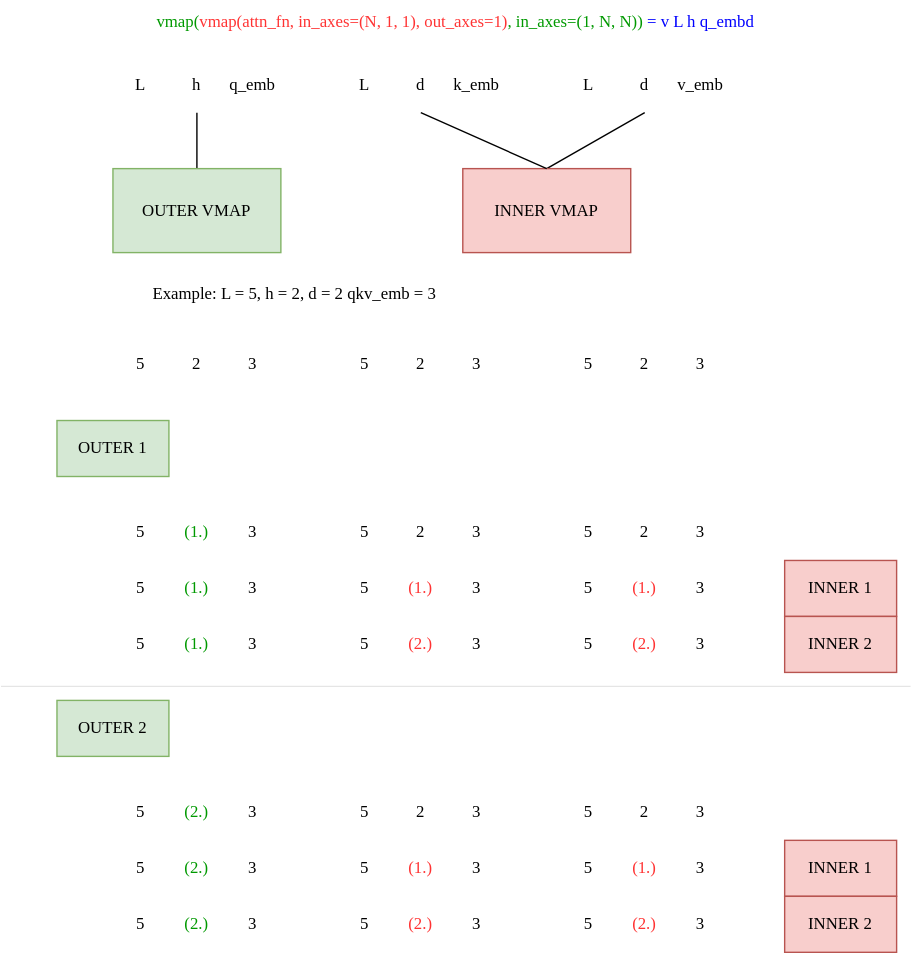
This is static/posts/multihead-attention/MKVANew.drawio.svg from Artur-Galstyan/jitx.io, a draw.io export, as it was before one commit. Source tidied: cells renumbered, new cells last; positions are measured from the earlier drawing's top-left corner, leaving out a move shared by most shapes.
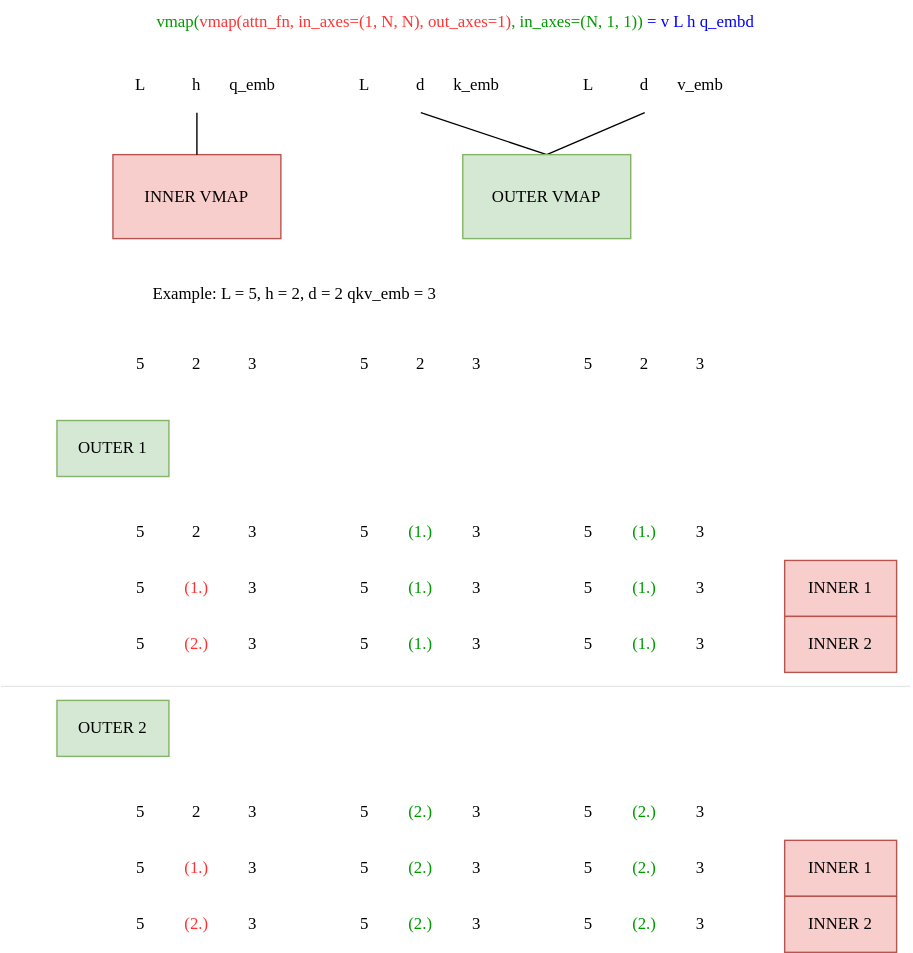
The same diagram one commit later.

What changed in the source:
```diff
@@ -4,3 +4,3 @@
     <mxCell id="1" parent="0" />
-    <mxCell id="2" style="endArrow=none;html=1;rounded=0;entryX=0.5;entryY=1;entryDx=0;entryDy=0;exitX=0.5;exitY=0;exitDx=0;exitDy=0;" parent="1" edge="1" source="15" target="10">
+    <mxCell id="2" style="endArrow=none;html=1;rounded=0;entryX=0.5;entryY=1;entryDx=0;entryDy=0;exitX=0.5;exitY=0;exitDx=0;exitDy=0;" parent="1" edge="1" source="13" target="10">
       <mxGeometry relative="1" as="geometry" />
@@ -34,3 +34,3 @@
     </mxCell>
-    <mxCell id="12" style="endArrow=none;html=1;rounded=0;entryX=0.5;entryY=1;entryDx=0;entryDy=0;exitX=0.5;exitY=0;exitDx=0;exitDy=0;" parent="1" edge="1" source="13" target="4">
+    <mxCell id="12" style="endArrow=none;html=1;rounded=0;entryX=0.5;entryY=1;entryDx=0;entryDy=0;exitX=0.5;exitY=0;exitDx=0;exitDy=0;" parent="1" edge="1" source="13" target="7">
       <mxGeometry relative="1" as="geometry" />
@@ -38,5 +38,5 @@
     <mxCell id="13" value="&lt;font face=&quot;Fira Code&quot;&gt;OUTER VMAP&lt;/font&gt;" style="rounded=0;whiteSpace=wrap;html=1;fillColor=#d5e8d4;strokeColor=#82b366;" parent="1" vertex="1">
-      <mxGeometry x="80" y="120" width="120" height="60" as="geometry" />
+      <mxGeometry x="330" y="110" width="120" height="60" as="geometry" />
     </mxCell>
-    <mxCell id="14" value="&lt;font color=&quot;#009900&quot;&gt;vmap(&lt;/font&gt;&lt;font color=&quot;#ff3333&quot;&gt;vmap(attn_fn, in_axes=(N, 1, 1), out_axes=1)&lt;/font&gt;&lt;font color=&quot;#009900&quot;&gt;, in_axes=(1, N, N))&lt;/font&gt;&lt;font color=&quot;#0000ff&quot;&gt; = v L h q_embd&lt;/font&gt;" style="text;html=1;strokeColor=none;fillColor=none;align=center;verticalAlign=middle;whiteSpace=wrap;rounded=0;fontFamily=Fira Code;" parent="1" vertex="1">
+    <mxCell id="14" value="&lt;font color=&quot;#009900&quot;&gt;vmap(&lt;/font&gt;&lt;font color=&quot;#ff3333&quot;&gt;vmap(attn_fn, in_axes=(1, N, N), out_axes=1)&lt;/font&gt;&lt;font color=&quot;#009900&quot;&gt;, in_axes=(N, 1, 1))&lt;/font&gt;&lt;font color=&quot;#0000ff&quot;&gt; = v L h q_embd&lt;/font&gt;" style="text;html=1;strokeColor=none;fillColor=none;align=center;verticalAlign=middle;whiteSpace=wrap;rounded=0;fontFamily=Fira Code;" parent="1" vertex="1">
       <mxGeometry x="10" width="630" height="30" as="geometry" />
@@ -44,5 +44,5 @@
     <mxCell id="15" value="&lt;font face=&quot;Fira Code&quot;&gt;INNER VMAP&lt;/font&gt;" style="rounded=0;whiteSpace=wrap;html=1;fillColor=#f8cecc;strokeColor=#b85450;" parent="1" vertex="1">
-      <mxGeometry x="330" y="120" width="120" height="60" as="geometry" />
+      <mxGeometry x="80" y="110" width="120" height="60" as="geometry" />
     </mxCell>
-    <mxCell id="16" style="endArrow=none;html=1;rounded=0;exitX=0.5;exitY=0;exitDx=0;exitDy=0;entryX=0.5;entryY=1;entryDx=0;entryDy=0;" parent="1" edge="1" source="15" target="7">
+    <mxCell id="16" style="endArrow=none;html=1;rounded=0;exitX=0.5;exitY=0;exitDx=0;exitDy=0;entryX=0.5;entryY=1;entryDx=0;entryDy=0;" parent="1" edge="1" source="15" target="4">
       <mxGeometry relative="1" as="geometry" />
@@ -82,3 +82,3 @@
     </mxCell>
-    <mxCell id="28" value="&lt;font color=&quot;#009900&quot;&gt;(1.)&lt;/font&gt;" style="text;html=1;strokeColor=none;fillColor=none;align=center;verticalAlign=middle;whiteSpace=wrap;rounded=0;fontFamily=Fira Code;" parent="1" vertex="1">
+    <mxCell id="28" value="&lt;font&gt;2&lt;/font&gt;" style="text;html=1;strokeColor=none;fillColor=none;align=center;verticalAlign=middle;whiteSpace=wrap;rounded=0;fontFamily=Fira Code;fontColor=#000000;" parent="1" vertex="1">
       <mxGeometry x="120" y="360" width="40" height="40" as="geometry" />
@@ -88,20 +88,2 @@
     </mxCell>
-    <mxCell id="30" value="5" style="text;html=1;strokeColor=none;fillColor=none;align=center;verticalAlign=middle;whiteSpace=wrap;rounded=0;fontFamily=Fira Code;" parent="1" vertex="1">
-      <mxGeometry x="240" y="360" width="40" height="40" as="geometry" />
-    </mxCell>
-    <mxCell id="31" value="2" style="text;html=1;strokeColor=none;fillColor=none;align=center;verticalAlign=middle;whiteSpace=wrap;rounded=0;fontFamily=Fira Code;" parent="1" vertex="1">
-      <mxGeometry x="280" y="360" width="40" height="40" as="geometry" />
-    </mxCell>
-    <mxCell id="32" value="3" style="text;html=1;strokeColor=none;fillColor=none;align=center;verticalAlign=middle;whiteSpace=wrap;rounded=0;fontFamily=Fira Code;" parent="1" vertex="1">
-      <mxGeometry x="320" y="360" width="40" height="40" as="geometry" />
-    </mxCell>
-    <mxCell id="33" value="5" style="text;html=1;strokeColor=none;fillColor=none;align=center;verticalAlign=middle;whiteSpace=wrap;rounded=0;fontFamily=Fira Code;" parent="1" vertex="1">
-      <mxGeometry x="400" y="360" width="40" height="40" as="geometry" />
-    </mxCell>
-    <mxCell id="34" value="2" style="text;html=1;strokeColor=none;fillColor=none;align=center;verticalAlign=middle;whiteSpace=wrap;rounded=0;fontFamily=Fira Code;" parent="1" vertex="1">
-      <mxGeometry x="440" y="360" width="40" height="40" as="geometry" />
-    </mxCell>
-    <mxCell id="35" value="3" style="text;html=1;strokeColor=none;fillColor=none;align=center;verticalAlign=middle;whiteSpace=wrap;rounded=0;fontFamily=Fira Code;" parent="1" vertex="1">
-      <mxGeometry x="480" y="360" width="40" height="40" as="geometry" />
-    </mxCell>
     <mxCell id="36" value="5" style="text;html=1;strokeColor=none;fillColor=none;align=center;verticalAlign=middle;whiteSpace=wrap;rounded=0;fontFamily=Fira Code;" parent="1" vertex="1">
@@ -112,3 +94,3 @@
     </mxCell>
-    <mxCell id="38" value="&lt;font color=&quot;#009900&quot;&gt;(1.)&lt;/font&gt;" style="text;html=1;strokeColor=none;fillColor=none;align=center;verticalAlign=middle;whiteSpace=wrap;rounded=0;fontFamily=Fira Code;" parent="1" vertex="1">
+    <mxCell id="38" value="&lt;font&gt;(1.)&lt;/font&gt;" style="text;html=1;strokeColor=none;fillColor=none;align=center;verticalAlign=middle;whiteSpace=wrap;rounded=0;fontFamily=Fira Code;fontColor=#FF3333;" parent="1" vertex="1">
       <mxGeometry x="120" y="400" width="40" height="40" as="geometry" />
@@ -118,17 +100,2 @@
     </mxCell>
-    <mxCell id="40" value="5" style="text;html=1;strokeColor=none;fillColor=none;align=center;verticalAlign=middle;whiteSpace=wrap;rounded=0;fontFamily=Fira Code;" parent="1" vertex="1">
-      <mxGeometry x="240" y="400" width="40" height="40" as="geometry" />
-    </mxCell>
-    <mxCell id="41" value="&lt;font color=&quot;#ff3333&quot;&gt;(1.)&lt;/font&gt;" style="text;html=1;strokeColor=none;fillColor=none;align=center;verticalAlign=middle;whiteSpace=wrap;rounded=0;fontFamily=Fira Code;" parent="1" vertex="1">
-      <mxGeometry x="280" y="400" width="40" height="40" as="geometry" />
-    </mxCell>
-    <mxCell id="42" value="3" style="text;html=1;strokeColor=none;fillColor=none;align=center;verticalAlign=middle;whiteSpace=wrap;rounded=0;fontFamily=Fira Code;" parent="1" vertex="1">
-      <mxGeometry x="320" y="400" width="40" height="40" as="geometry" />
-    </mxCell>
-    <mxCell id="43" value="5" style="text;html=1;strokeColor=none;fillColor=none;align=center;verticalAlign=middle;whiteSpace=wrap;rounded=0;fontFamily=Fira Code;" parent="1" vertex="1">
-      <mxGeometry x="400" y="400" width="40" height="40" as="geometry" />
-    </mxCell>
-    <mxCell id="44" value="3" style="text;html=1;strokeColor=none;fillColor=none;align=center;verticalAlign=middle;whiteSpace=wrap;rounded=0;fontFamily=Fira Code;" parent="1" vertex="1">
-      <mxGeometry x="480" y="400" width="40" height="40" as="geometry" />
-    </mxCell>
     <mxCell id="45" value="5" style="text;html=1;strokeColor=none;fillColor=none;align=center;verticalAlign=middle;whiteSpace=wrap;rounded=0;fontFamily=Fira Code;" parent="1" vertex="1">
@@ -136,5 +103,2 @@
     </mxCell>
-    <mxCell id="46" value="&lt;font color=&quot;#ff3333&quot;&gt;(1.)&lt;/font&gt;" style="text;html=1;strokeColor=none;fillColor=none;align=center;verticalAlign=middle;whiteSpace=wrap;rounded=0;fontFamily=Fira Code;" parent="1" vertex="1">
-      <mxGeometry x="440" y="400" width="40" height="40" as="geometry" />
-    </mxCell>
     <mxCell id="47" value="&lt;font face=&quot;Fira Code&quot;&gt;INNER 2&lt;/font&gt;" style="rounded=0;whiteSpace=wrap;html=1;fillColor=#f8cecc;strokeColor=#b85450;" parent="1" vertex="1">
@@ -142,3 +106,3 @@
     </mxCell>
-    <mxCell id="48" value="&lt;font color=&quot;#009900&quot;&gt;(1.)&lt;/font&gt;" style="text;html=1;strokeColor=none;fillColor=none;align=center;verticalAlign=middle;whiteSpace=wrap;rounded=0;fontFamily=Fira Code;" parent="1" vertex="1">
+    <mxCell id="48" value="&lt;font&gt;(2.)&lt;/font&gt;" style="text;html=1;strokeColor=none;fillColor=none;align=center;verticalAlign=middle;whiteSpace=wrap;rounded=0;fontFamily=Fira Code;fontColor=#FF3333;" parent="1" vertex="1">
       <mxGeometry x="120" y="440" width="40" height="40" as="geometry" />
@@ -151,5 +115,2 @@
     </mxCell>
-    <mxCell id="51" value="&lt;font color=&quot;#ff3333&quot;&gt;(2.)&lt;/font&gt;" style="text;html=1;strokeColor=none;fillColor=none;align=center;verticalAlign=middle;whiteSpace=wrap;rounded=0;fontFamily=Fira Code;" parent="1" vertex="1">
-      <mxGeometry x="280" y="440" width="40" height="40" as="geometry" />
-    </mxCell>
     <mxCell id="52" value="3" style="text;html=1;strokeColor=none;fillColor=none;align=center;verticalAlign=middle;whiteSpace=wrap;rounded=0;fontFamily=Fira Code;" parent="1" vertex="1">
@@ -166,5 +127,2 @@
     </mxCell>
-    <mxCell id="56" value="&lt;font color=&quot;#ff3333&quot;&gt;(2.)&lt;/font&gt;" style="text;html=1;strokeColor=none;fillColor=none;align=center;verticalAlign=middle;whiteSpace=wrap;rounded=0;fontFamily=Fira Code;" parent="1" vertex="1">
-      <mxGeometry x="440" y="440" width="40" height="40" as="geometry" />
-    </mxCell>
     <mxCell id="57" value="OUTER 2" style="text;html=1;strokeColor=#82b366;fillColor=#d5e8d4;align=center;verticalAlign=middle;whiteSpace=wrap;rounded=0;fontFamily=Fira Code;" parent="1" vertex="1">
@@ -172,5 +130,2 @@
     </mxCell>
-    <mxCell id="58" value="&lt;font color=&quot;#009900&quot;&gt;(2.)&lt;/font&gt;" style="text;html=1;strokeColor=none;fillColor=none;align=center;verticalAlign=middle;whiteSpace=wrap;rounded=0;fontFamily=Fira Code;" parent="1" vertex="1">
-      <mxGeometry x="120" y="560" width="40" height="40" as="geometry" />
-    </mxCell>
     <mxCell id="59" value="3" style="text;html=1;strokeColor=none;fillColor=none;align=center;verticalAlign=middle;whiteSpace=wrap;rounded=0;fontFamily=Fira Code;" parent="1" vertex="1">
@@ -181,5 +136,2 @@
     </mxCell>
-    <mxCell id="61" value="2" style="text;html=1;strokeColor=none;fillColor=none;align=center;verticalAlign=middle;whiteSpace=wrap;rounded=0;fontFamily=Fira Code;" parent="1" vertex="1">
-      <mxGeometry x="280" y="560" width="40" height="40" as="geometry" />
-    </mxCell>
     <mxCell id="62" value="3" style="text;html=1;strokeColor=none;fillColor=none;align=center;verticalAlign=middle;whiteSpace=wrap;rounded=0;fontFamily=Fira Code;" parent="1" vertex="1">
@@ -190,5 +142,2 @@
     </mxCell>
-    <mxCell id="64" value="2" style="text;html=1;strokeColor=none;fillColor=none;align=center;verticalAlign=middle;whiteSpace=wrap;rounded=0;fontFamily=Fira Code;" parent="1" vertex="1">
-      <mxGeometry x="440" y="560" width="40" height="40" as="geometry" />
-    </mxCell>
     <mxCell id="65" value="3" style="text;html=1;strokeColor=none;fillColor=none;align=center;verticalAlign=middle;whiteSpace=wrap;rounded=0;fontFamily=Fira Code;" parent="1" vertex="1">
@@ -202,5 +151,2 @@
     </mxCell>
-    <mxCell id="68" value="&lt;font color=&quot;#009900&quot;&gt;(2.)&lt;/font&gt;" style="text;html=1;strokeColor=none;fillColor=none;align=center;verticalAlign=middle;whiteSpace=wrap;rounded=0;fontFamily=Fira Code;" parent="1" vertex="1">
-      <mxGeometry x="120" y="600" width="40" height="40" as="geometry" />
-    </mxCell>
     <mxCell id="69" value="3" style="text;html=1;strokeColor=none;fillColor=none;align=center;verticalAlign=middle;whiteSpace=wrap;rounded=0;fontFamily=Fira Code;" parent="1" vertex="1">
@@ -211,5 +157,2 @@
     </mxCell>
-    <mxCell id="71" value="&lt;font color=&quot;#ff3333&quot;&gt;(1.)&lt;/font&gt;" style="text;html=1;strokeColor=none;fillColor=none;align=center;verticalAlign=middle;whiteSpace=wrap;rounded=0;fontFamily=Fira Code;" parent="1" vertex="1">
-      <mxGeometry x="280" y="600" width="40" height="40" as="geometry" />
-    </mxCell>
     <mxCell id="72" value="3" style="text;html=1;strokeColor=none;fillColor=none;align=center;verticalAlign=middle;whiteSpace=wrap;rounded=0;fontFamily=Fira Code;" parent="1" vertex="1">
@@ -226,5 +169,2 @@
     </mxCell>
-    <mxCell id="76" value="&lt;font color=&quot;#ff3333&quot;&gt;(1.)&lt;/font&gt;" style="text;html=1;strokeColor=none;fillColor=none;align=center;verticalAlign=middle;whiteSpace=wrap;rounded=0;fontFamily=Fira Code;" parent="1" vertex="1">
-      <mxGeometry x="440" y="600" width="40" height="40" as="geometry" />
-    </mxCell>
     <mxCell id="77" value="&lt;font face=&quot;Fira Code&quot;&gt;INNER 2&lt;/font&gt;" style="rounded=0;whiteSpace=wrap;html=1;fillColor=#f8cecc;strokeColor=#b85450;" parent="1" vertex="1">
@@ -232,5 +172,2 @@
     </mxCell>
-    <mxCell id="78" value="&lt;font color=&quot;#009900&quot;&gt;(2.)&lt;/font&gt;" style="text;html=1;strokeColor=none;fillColor=none;align=center;verticalAlign=middle;whiteSpace=wrap;rounded=0;fontFamily=Fira Code;" parent="1" vertex="1">
-      <mxGeometry x="120" y="640" width="40" height="40" as="geometry" />
-    </mxCell>
     <mxCell id="79" value="3" style="text;html=1;strokeColor=none;fillColor=none;align=center;verticalAlign=middle;whiteSpace=wrap;rounded=0;fontFamily=Fira Code;" parent="1" vertex="1">
@@ -241,5 +178,2 @@
     </mxCell>
-    <mxCell id="81" value="&lt;font color=&quot;#ff3333&quot;&gt;(2.)&lt;/font&gt;" style="text;html=1;strokeColor=none;fillColor=none;align=center;verticalAlign=middle;whiteSpace=wrap;rounded=0;fontFamily=Fira Code;" parent="1" vertex="1">
-      <mxGeometry x="280" y="640" width="40" height="40" as="geometry" />
-    </mxCell>
     <mxCell id="82" value="3" style="text;html=1;strokeColor=none;fillColor=none;align=center;verticalAlign=middle;whiteSpace=wrap;rounded=0;fontFamily=Fira Code;" parent="1" vertex="1">
@@ -256,5 +190,2 @@
     </mxCell>
-    <mxCell id="86" value="&lt;font color=&quot;#ff3333&quot;&gt;(2.)&lt;/font&gt;" style="text;html=1;strokeColor=none;fillColor=none;align=center;verticalAlign=middle;whiteSpace=wrap;rounded=0;fontFamily=Fira Code;" parent="1" vertex="1">
-      <mxGeometry x="440" y="640" width="40" height="40" as="geometry" />
-    </mxCell>
     <mxCell id="87" style="endArrow=none;html=1;rounded=0;opacity=10;" parent="1" edge="1">
@@ -265,2 +196,71 @@
     </mxCell>
+    <mxCell id="30" value="5" style="text;html=1;strokeColor=none;fillColor=none;align=center;verticalAlign=middle;whiteSpace=wrap;rounded=0;fontFamily=Fira Code;" parent="1" vertex="1">
+      <mxGeometry x="240" y="360" width="40" height="40" as="geometry" />
+    </mxCell>
+    <mxCell id="88" value="&lt;font&gt;(1.)&lt;/font&gt;" style="text;html=1;strokeColor=none;fillColor=none;align=center;verticalAlign=middle;whiteSpace=wrap;rounded=0;fontFamily=Fira Code;fontColor=#009900;" parent="1" vertex="1">
+      <mxGeometry x="280" y="360" width="40" height="40" as="geometry" />
+    </mxCell>
+    <mxCell id="32" value="3" style="text;html=1;strokeColor=none;fillColor=none;align=center;verticalAlign=middle;whiteSpace=wrap;rounded=0;fontFamily=Fira Code;" parent="1" vertex="1">
+      <mxGeometry x="320" y="360" width="40" height="40" as="geometry" />
+    </mxCell>
+    <mxCell id="33" value="5" style="text;html=1;strokeColor=none;fillColor=none;align=center;verticalAlign=middle;whiteSpace=wrap;rounded=0;fontFamily=Fira Code;" parent="1" vertex="1">
+      <mxGeometry x="400" y="360" width="40" height="40" as="geometry" />
+    </mxCell>
+    <mxCell id="35" value="3" style="text;html=1;strokeColor=none;fillColor=none;align=center;verticalAlign=middle;whiteSpace=wrap;rounded=0;fontFamily=Fira Code;" parent="1" vertex="1">
+      <mxGeometry x="480" y="360" width="40" height="40" as="geometry" />
+    </mxCell>
+    <mxCell id="89" value="&lt;font&gt;(1.)&lt;/font&gt;" style="text;html=1;strokeColor=none;fillColor=none;align=center;verticalAlign=middle;whiteSpace=wrap;rounded=0;fontFamily=Fira Code;fontColor=#009900;" parent="1" vertex="1">
+      <mxGeometry x="440" y="360" width="40" height="40" as="geometry" />
+    </mxCell>
+    <mxCell id="40" value="5" style="text;html=1;strokeColor=none;fillColor=none;align=center;verticalAlign=middle;whiteSpace=wrap;rounded=0;fontFamily=Fira Code;" parent="1" vertex="1">
+      <mxGeometry x="240" y="400" width="40" height="40" as="geometry" />
+    </mxCell>
+    <mxCell id="90" value="&lt;font&gt;(1.)&lt;/font&gt;" style="text;html=1;strokeColor=none;fillColor=none;align=center;verticalAlign=middle;whiteSpace=wrap;rounded=0;fontFamily=Fira Code;fontColor=#009900;" parent="1" vertex="1">
+      <mxGeometry x="280" y="400" width="40" height="40" as="geometry" />
+    </mxCell>
+    <mxCell id="42" value="3" style="text;html=1;strokeColor=none;fillColor=none;align=center;verticalAlign=middle;whiteSpace=wrap;rounded=0;fontFamily=Fira Code;" parent="1" vertex="1">
+      <mxGeometry x="320" y="400" width="40" height="40" as="geometry" />
+    </mxCell>
+    <mxCell id="43" value="5" style="text;html=1;strokeColor=none;fillColor=none;align=center;verticalAlign=middle;whiteSpace=wrap;rounded=0;fontFamily=Fira Code;" parent="1" vertex="1">
+      <mxGeometry x="400" y="400" width="40" height="40" as="geometry" />
+    </mxCell>
+    <mxCell id="44" value="3" style="text;html=1;strokeColor=none;fillColor=none;align=center;verticalAlign=middle;whiteSpace=wrap;rounded=0;fontFamily=Fira Code;" parent="1" vertex="1">
+      <mxGeometry x="480" y="400" width="40" height="40" as="geometry" />
+    </mxCell>
+    <mxCell id="91" value="&lt;font&gt;(1.)&lt;/font&gt;" style="text;html=1;strokeColor=none;fillColor=none;align=center;verticalAlign=middle;whiteSpace=wrap;rounded=0;fontFamily=Fira Code;fontColor=#009900;" parent="1" vertex="1">
+      <mxGeometry x="440" y="400" width="40" height="40" as="geometry" />
+    </mxCell>
+    <mxCell id="92" value="&lt;font&gt;(1.)&lt;/font&gt;" style="text;html=1;strokeColor=none;fillColor=none;align=center;verticalAlign=middle;whiteSpace=wrap;rounded=0;fontFamily=Fira Code;fontColor=#009900;" parent="1" vertex="1">
+      <mxGeometry x="280" y="440" width="40" height="40" as="geometry" />
+    </mxCell>
+    <mxCell id="93" value="&lt;font&gt;(1.)&lt;/font&gt;" style="text;html=1;strokeColor=none;fillColor=none;align=center;verticalAlign=middle;whiteSpace=wrap;rounded=0;fontFamily=Fira Code;fontColor=#009900;" parent="1" vertex="1">
+      <mxGeometry x="440" y="440" width="40" height="40" as="geometry" />
+    </mxCell>
+    <mxCell id="94" value="&lt;font color=&quot;#009900&quot;&gt;(2.)&lt;/font&gt;" style="text;html=1;strokeColor=none;fillColor=none;align=center;verticalAlign=middle;whiteSpace=wrap;rounded=0;fontFamily=Fira Code;" parent="1" vertex="1">
+      <mxGeometry x="440" y="600" width="40" height="40" as="geometry" />
+    </mxCell>
+    <mxCell id="95" value="&lt;font color=&quot;#009900&quot;&gt;(2.)&lt;/font&gt;" style="text;html=1;strokeColor=none;fillColor=none;align=center;verticalAlign=middle;whiteSpace=wrap;rounded=0;fontFamily=Fira Code;" parent="1" vertex="1">
+      <mxGeometry x="440" y="560" width="40" height="40" as="geometry" />
+    </mxCell>
+    <mxCell id="96" value="2" style="text;html=1;strokeColor=none;fillColor=none;align=center;verticalAlign=middle;whiteSpace=wrap;rounded=0;fontFamily=Fira Code;" parent="1" vertex="1">
+      <mxGeometry x="120" y="560" width="40" height="40" as="geometry" />
+    </mxCell>
+    <mxCell id="97" value="&lt;font&gt;(1.)&lt;/font&gt;" style="text;html=1;strokeColor=none;fillColor=none;align=center;verticalAlign=middle;whiteSpace=wrap;rounded=0;fontFamily=Fira Code;fontColor=#FF3333;" parent="1" vertex="1">
+      <mxGeometry x="120" y="600" width="40" height="40" as="geometry" />
+    </mxCell>
+    <mxCell id="98" value="&lt;font&gt;(2.)&lt;/font&gt;" style="text;html=1;strokeColor=none;fillColor=none;align=center;verticalAlign=middle;whiteSpace=wrap;rounded=0;fontFamily=Fira Code;fontColor=#FF3333;" parent="1" vertex="1">
+      <mxGeometry x="120" y="640" width="40" height="40" as="geometry" />
+    </mxCell>
+    <mxCell id="99" value="&lt;font color=&quot;#009900&quot;&gt;(2.)&lt;/font&gt;" style="text;html=1;strokeColor=none;fillColor=none;align=center;verticalAlign=middle;whiteSpace=wrap;rounded=0;fontFamily=Fira Code;" parent="1" vertex="1">
+      <mxGeometry x="440" y="640" width="40" height="40" as="geometry" />
+    </mxCell>
+    <mxCell id="100" value="&lt;font color=&quot;#009900&quot;&gt;(2.)&lt;/font&gt;" style="text;html=1;strokeColor=none;fillColor=none;align=center;verticalAlign=middle;whiteSpace=wrap;rounded=0;fontFamily=Fira Code;" parent="1" vertex="1">
+      <mxGeometry x="280" y="600" width="40" height="40" as="geometry" />
+    </mxCell>
+    <mxCell id="101" value="&lt;font color=&quot;#009900&quot;&gt;(2.)&lt;/font&gt;" style="text;html=1;strokeColor=none;fillColor=none;align=center;verticalAlign=middle;whiteSpace=wrap;rounded=0;fontFamily=Fira Code;" parent="1" vertex="1">
+      <mxGeometry x="280" y="560" width="40" height="40" as="geometry" />
+    </mxCell>
+    <mxCell id="102" value="&lt;font color=&quot;#009900&quot;&gt;(2.)&lt;/font&gt;" style="text;html=1;strokeColor=none;fillColor=none;align=center;verticalAlign=middle;whiteSpace=wrap;rounded=0;fontFamily=Fira Code;" parent="1" vertex="1">
+      <mxGeometry x="280" y="640" width="40" height="40" as="geometry" />
+    </mxCell>
   </root>
```
